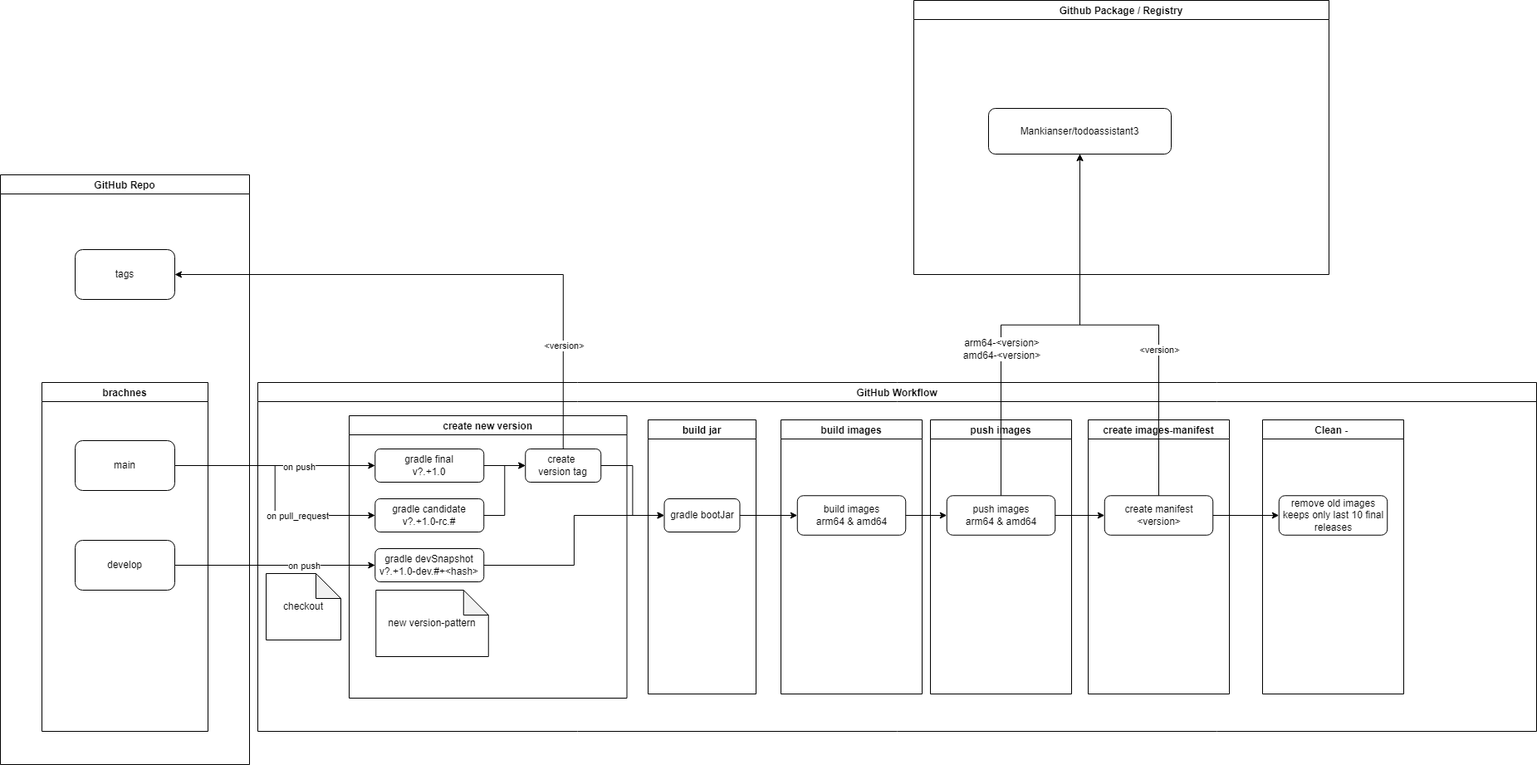
The draw.io diagram documentation/ci/workflow.png in Mankianer/ToDoAssistant3, before a commit. Source tidied: cells renumbered, new cells last; positions are measured from the earlier drawing's top-left corner, leaving out a move shared by most shapes. Source of this version:
```xml
<mxGraphModel>
  <root>
    <mxCell id="0" />
    <mxCell id="1" parent="0" />
    <mxCell id="2" value="GitHub Workflow" style="swimlane;" parent="1" vertex="1">
      <mxGeometry x="310" y="460" width="1540" height="420" as="geometry" />
    </mxCell>
    <mxCell id="3" value="create new version" style="swimlane;" parent="2" vertex="1">
      <mxGeometry x="110" y="40" width="334.5" height="340" as="geometry" />
    </mxCell>
    <mxCell id="4" value="new version-pattern" style="shape=note;whiteSpace=wrap;html=1;backgroundOutline=1;darkOpacity=0.05;" parent="3" vertex="1">
      <mxGeometry x="32.2" y="210" width="135.5" height="80" as="geometry" />
    </mxCell>
    <mxCell id="5" value="gradle&amp;nbsp;devSnapshot&lt;br&gt;v?.+1.0-dev.#+&amp;lt;hash&amp;gt;" style="rounded=1;whiteSpace=wrap;html=1;" parent="3" vertex="1">
      <mxGeometry x="31.2" y="160" width="131" height="40" as="geometry" />
    </mxCell>
    <mxCell id="6" value="gradle&amp;nbsp;candidate&lt;br&gt;v?.+1.0-rc.#" style="rounded=1;whiteSpace=wrap;html=1;" parent="3" vertex="1">
      <mxGeometry x="31.2" y="100" width="131" height="40" as="geometry" />
    </mxCell>
    <mxCell id="7" value="gradle final&lt;br&gt;v?.+1.0" style="rounded=1;whiteSpace=wrap;html=1;" parent="3" vertex="1">
      <mxGeometry x="31.2" y="40" width="131" height="40" as="geometry" />
    </mxCell>
    <mxCell id="8" value="create &lt;br&gt;version tag" style="rounded=1;whiteSpace=wrap;html=1;" parent="3" vertex="1">
      <mxGeometry x="212.2" y="40" width="91" height="40" as="geometry" />
    </mxCell>
    <mxCell id="9" style="edgeStyle=orthogonalEdgeStyle;rounded=0;jettySize=auto;html=1;exitX=1;exitY=0.5;exitDx=0;exitDy=0;entryX=0;entryY=0.5;entryDx=0;entryDy=0;" parent="3" edge="1" source="6" target="8">
      <mxGeometry relative="1" as="geometry" />
    </mxCell>
    <mxCell id="10" style="edgeStyle=orthogonalEdgeStyle;rounded=0;jettySize=auto;html=1;exitX=1;exitY=0.5;exitDx=0;exitDy=0;entryX=0;entryY=0.5;entryDx=0;entryDy=0;" parent="3" edge="1" source="7" target="8">
      <mxGeometry relative="1" as="geometry" />
    </mxCell>
    <mxCell id="11" value="checkout" style="shape=note;whiteSpace=wrap;html=1;backgroundOutline=1;darkOpacity=0.05;" parent="2" vertex="1">
      <mxGeometry x="10" y="230" width="90" height="80" as="geometry" />
    </mxCell>
    <mxCell id="12" value="build jar" style="swimlane;" parent="2" vertex="1">
      <mxGeometry x="470" y="45" width="130" height="330" as="geometry" />
    </mxCell>
    <mxCell id="13" value="gradle bootJar" style="rounded=1;whiteSpace=wrap;html=1;" parent="12" vertex="1">
      <mxGeometry x="19.5" y="95" width="91" height="40" as="geometry" />
    </mxCell>
    <mxCell id="14" style="edgeStyle=orthogonalEdgeStyle;rounded=0;jettySize=auto;html=1;exitX=1;exitY=0.5;exitDx=0;exitDy=0;entryX=0;entryY=0.5;entryDx=0;entryDy=0;" parent="2" edge="1" source="8" target="13">
      <mxGeometry relative="1" as="geometry" />
    </mxCell>
    <mxCell id="15" style="edgeStyle=orthogonalEdgeStyle;rounded=0;jettySize=auto;html=1;exitX=1;exitY=0.5;exitDx=0;exitDy=0;entryX=0;entryY=0.5;entryDx=0;entryDy=0;" parent="2" edge="1" source="5" target="13">
      <mxGeometry relative="1" as="geometry" />
    </mxCell>
    <mxCell id="16" value="build images" style="swimlane;" parent="2" vertex="1">
      <mxGeometry x="630" y="45" width="170" height="330" as="geometry" />
    </mxCell>
    <mxCell id="17" value="build images&lt;br&gt;arm64 &amp;amp; amd64" style="rounded=1;whiteSpace=wrap;html=1;" parent="16" vertex="1">
      <mxGeometry x="19.8" y="91.2" width="130.5" height="47.5" as="geometry" />
    </mxCell>
    <mxCell id="18" style="edgeStyle=orthogonalEdgeStyle;rounded=0;jettySize=auto;html=1;exitX=1;exitY=0.5;exitDx=0;exitDy=0;entryX=0;entryY=0.5;entryDx=0;entryDy=0;" parent="2" edge="1" source="13" target="17">
      <mxGeometry relative="1" as="geometry" />
    </mxCell>
    <mxCell id="19" value="push images" style="swimlane;" parent="2" vertex="1">
      <mxGeometry x="810" y="45" width="170" height="330" as="geometry" />
    </mxCell>
    <mxCell id="20" value="push images&lt;br&gt;arm64 &amp;amp; amd64" style="rounded=1;whiteSpace=wrap;html=1;" parent="19" vertex="1">
      <mxGeometry x="19.8" y="91.2" width="130.5" height="47.5" as="geometry" />
    </mxCell>
    <mxCell id="21" style="edgeStyle=orthogonalEdgeStyle;rounded=0;jettySize=auto;html=1;exitX=1;exitY=0.5;exitDx=0;exitDy=0;entryX=0;entryY=0.5;entryDx=0;entryDy=0;" parent="2" edge="1" source="17" target="20">
      <mxGeometry relative="1" as="geometry" />
    </mxCell>
    <mxCell id="22" value="create images-manifest" style="swimlane;" parent="2" vertex="1">
      <mxGeometry x="1000" y="45" width="170" height="330" as="geometry" />
    </mxCell>
    <mxCell id="23" value="create manifest&lt;br&gt;&amp;lt;version&amp;gt;" style="rounded=1;whiteSpace=wrap;html=1;" parent="22" vertex="1">
      <mxGeometry x="19.8" y="91.2" width="130.5" height="47.5" as="geometry" />
    </mxCell>
    <mxCell id="24" style="edgeStyle=orthogonalEdgeStyle;rounded=0;jettySize=auto;html=1;exitX=1;exitY=0.5;exitDx=0;exitDy=0;entryX=0;entryY=0.5;entryDx=0;entryDy=0;" parent="2" edge="1" source="20" target="23">
      <mxGeometry relative="1" as="geometry" />
    </mxCell>
    <mxCell id="25" value="Clean - " style="swimlane;" parent="2" vertex="1">
      <mxGeometry x="1210" y="45" width="170" height="330" as="geometry" />
    </mxCell>
    <mxCell id="26" value="remove old images&lt;br&gt;keeps only last 10 final releases" style="rounded=1;whiteSpace=wrap;html=1;" parent="25" vertex="1">
      <mxGeometry x="19.8" y="91.2" width="130.5" height="47.5" as="geometry" />
    </mxCell>
    <mxCell id="27" style="edgeStyle=orthogonalEdgeStyle;rounded=0;jettySize=auto;html=1;exitX=1;exitY=0.5;exitDx=0;exitDy=0;entryX=0;entryY=0.5;entryDx=0;entryDy=0;" parent="2" edge="1" source="23" target="26">
      <mxGeometry relative="1" as="geometry" />
    </mxCell>
    <mxCell id="28" style="edgeStyle=orthogonalEdgeStyle;rounded=0;jettySize=auto;html=1;exitX=1;exitY=0.5;exitDx=0;exitDy=0;entryX=0;entryY=0.5;entryDx=0;entryDy=0;" parent="1" edge="1" source="42" target="7">
      <mxGeometry relative="1" as="geometry" />
    </mxCell>
    <mxCell id="29" value="on push" style="edgeLabel;html=1;align=center;verticalAlign=middle;" parent="28" vertex="1">
      <mxGeometry x="0.24" y="-1" relative="1" as="geometry" />
    </mxCell>
    <mxCell id="30" style="edgeStyle=orthogonalEdgeStyle;rounded=0;jettySize=auto;html=1;exitX=1;exitY=0.5;exitDx=0;exitDy=0;entryX=0;entryY=0.5;entryDx=0;entryDy=0;" parent="1" edge="1" source="42" target="6">
      <mxGeometry relative="1" as="geometry" />
    </mxCell>
    <mxCell id="31" value="on pull_request" style="edgeLabel;html=1;align=center;verticalAlign=middle;" parent="30" vertex="1">
      <mxGeometry x="0.28" y="1" relative="1" as="geometry">
        <mxPoint x="14" y="1" as="offset" />
      </mxGeometry>
    </mxCell>
    <mxCell id="32" style="edgeStyle=orthogonalEdgeStyle;rounded=0;jettySize=auto;html=1;exitX=1;exitY=0.5;exitDx=0;exitDy=0;entryX=0;entryY=0.5;entryDx=0;entryDy=0;" parent="1" edge="1" source="43" target="5">
      <mxGeometry relative="1" as="geometry" />
    </mxCell>
    <mxCell id="33" value="on push" style="edgeLabel;html=1;align=center;verticalAlign=middle;" parent="32" vertex="1">
      <mxGeometry x="0.21" relative="1" as="geometry">
        <mxPoint x="9" as="offset" />
      </mxGeometry>
    </mxCell>
    <mxCell id="34" value="Github Package / Registry" style="swimlane;" parent="1" vertex="1">
      <mxGeometry x="1100" width="500" height="330" as="geometry" />
    </mxCell>
    <mxCell id="35" value="Mankianser/todoassistant3" style="rounded=1;whiteSpace=wrap;html=1;" parent="34" vertex="1">
      <mxGeometry x="90" y="130" width="220" height="55" as="geometry" />
    </mxCell>
    <mxCell id="36" style="edgeStyle=orthogonalEdgeStyle;rounded=0;jettySize=auto;html=1;exitX=0.5;exitY=0;exitDx=0;exitDy=0;entryX=0.5;entryY=1;entryDx=0;entryDy=0;" parent="1" edge="1" source="20" target="35">
      <mxGeometry relative="1" as="geometry" />
    </mxCell>
    <mxCell id="37" value="&lt;span style=&quot;font-size: 12px&quot;&gt;arm64-&amp;lt;version&amp;gt;&lt;/span&gt;&lt;br style=&quot;font-size: 12px&quot;&gt;&lt;span style=&quot;font-size: 12px&quot;&gt;amd64-&amp;lt;version&amp;gt;&lt;/span&gt;" style="edgeLabel;html=1;align=center;verticalAlign=middle;" parent="36" vertex="1">
      <mxGeometry x="-0.28" relative="1" as="geometry">
        <mxPoint y="5" as="offset" />
      </mxGeometry>
    </mxCell>
    <mxCell id="38" style="edgeStyle=orthogonalEdgeStyle;rounded=0;jettySize=auto;html=1;exitX=0.5;exitY=0;exitDx=0;exitDy=0;entryX=0.5;entryY=1;entryDx=0;entryDy=0;" parent="1" edge="1" source="23" target="35">
      <mxGeometry relative="1" as="geometry" />
    </mxCell>
    <mxCell id="39" value="&amp;lt;version&amp;gt;" style="edgeLabel;html=1;align=center;verticalAlign=middle;" parent="38" vertex="1">
      <mxGeometry x="-0.52" relative="1" as="geometry">
        <mxPoint y="-55" as="offset" />
      </mxGeometry>
    </mxCell>
    <mxCell id="40" value="GitHub Repo" style="swimlane;" parent="1" vertex="1">
      <mxGeometry y="210" width="300" height="710" as="geometry" />
    </mxCell>
    <mxCell id="41" value="brachnes" style="swimlane;" parent="40" vertex="1">
      <mxGeometry x="50" y="250" width="200" height="420" as="geometry" />
    </mxCell>
    <mxCell id="42" value="main" style="rounded=1;whiteSpace=wrap;html=1;" parent="41" vertex="1">
      <mxGeometry x="40" y="70" width="120" height="60" as="geometry" />
    </mxCell>
    <mxCell id="43" value="develop" style="rounded=1;whiteSpace=wrap;html=1;" parent="41" vertex="1">
      <mxGeometry x="40" y="190" width="120" height="60" as="geometry" />
    </mxCell>
    <mxCell id="44" value="tags" style="rounded=1;whiteSpace=wrap;html=1;" parent="40" vertex="1">
      <mxGeometry x="90" y="90" width="120" height="60" as="geometry" />
    </mxCell>
    <mxCell id="45" style="edgeStyle=orthogonalEdgeStyle;rounded=0;jettySize=auto;html=1;exitX=0.5;exitY=0;exitDx=0;exitDy=0;entryX=1;entryY=0.5;entryDx=0;entryDy=0;" parent="1" edge="1" source="8" target="44">
      <mxGeometry relative="1" as="geometry" />
    </mxCell>
    <mxCell id="46" value="&amp;lt;version&amp;gt;" style="edgeLabel;html=1;align=center;verticalAlign=middle;" parent="45" vertex="1">
      <mxGeometry x="-0.63" y="-1" relative="1" as="geometry" />
    </mxCell>
  </root>
</mxGraphModel>
```
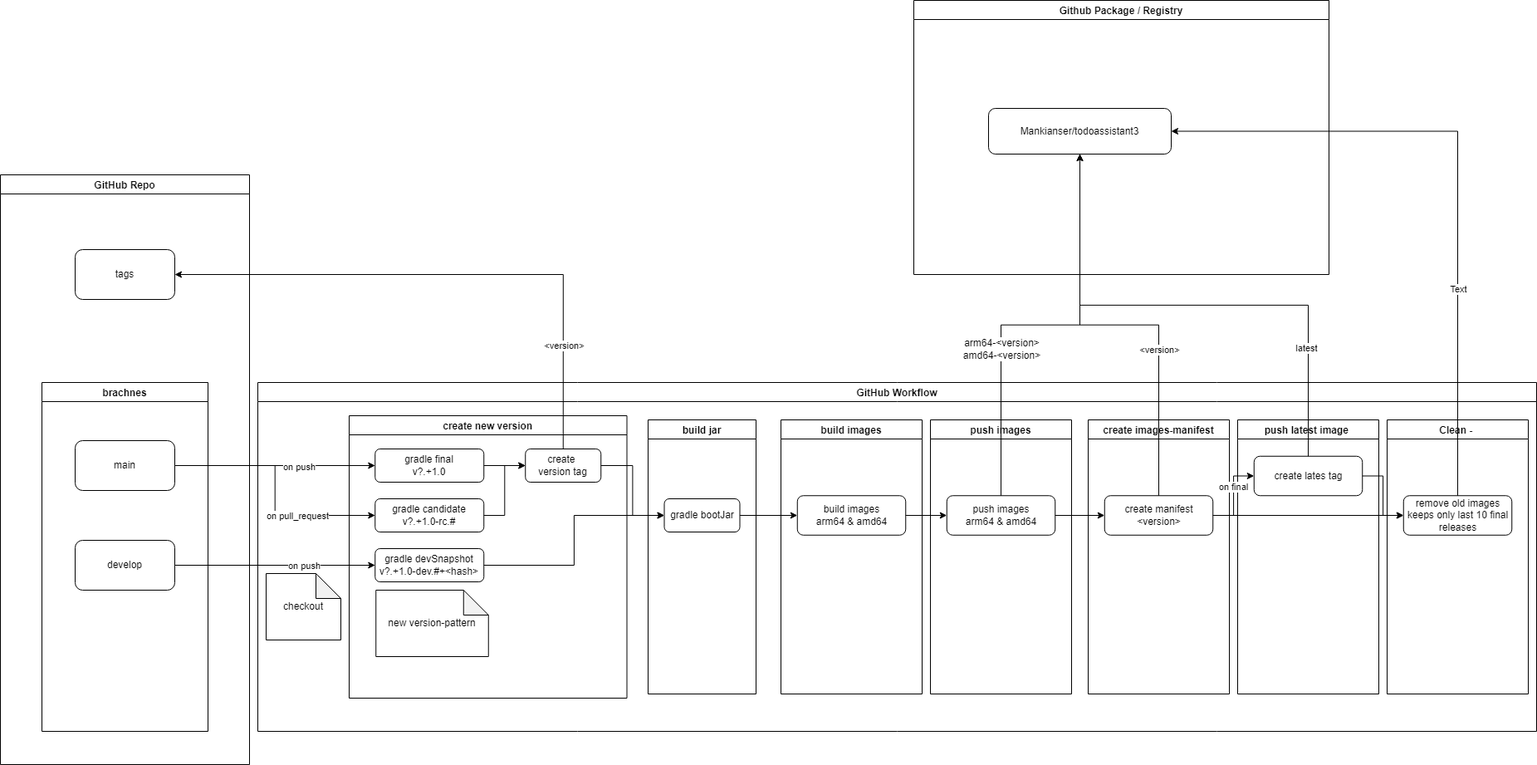
The same diagram one commit later.

What changed in the source:
```diff
@@ -72,7 +72,7 @@
       <mxGeometry relative="1" as="geometry" />
     </mxCell>
     <mxCell id="25" value="Clean - " style="swimlane;" parent="2" vertex="1">
-      <mxGeometry x="1210" y="45" width="170" height="330" as="geometry" />
+      <mxGeometry x="1360" y="45" width="170" height="330" as="geometry" />
     </mxCell>
     <mxCell id="26" value="remove old images&lt;br&gt;keeps only last 10 final releases" style="rounded=1;whiteSpace=wrap;html=1;" parent="25" vertex="1">
       <mxGeometry x="19.8" y="91.2" width="130.5" height="47.5" as="geometry" />
@@ -80,6 +80,21 @@
     <mxCell id="27" style="edgeStyle=orthogonalEdgeStyle;rounded=0;jettySize=auto;html=1;exitX=1;exitY=0.5;exitDx=0;exitDy=0;entryX=0;entryY=0.5;entryDx=0;entryDy=0;" parent="2" edge="1" source="23" target="26">
       <mxGeometry relative="1" as="geometry" />
     </mxCell>
+    <mxCell id="47" value="push latest image " style="swimlane;" parent="2" vertex="1">
+      <mxGeometry x="1180" y="45" width="170" height="330" as="geometry" />
+    </mxCell>
+    <mxCell id="48" value="create lates tag" style="rounded=1;whiteSpace=wrap;html=1;" parent="47" vertex="1">
+      <mxGeometry x="19.8" y="43.8" width="130.5" height="47.5" as="geometry" />
+    </mxCell>
+    <mxCell id="49" style="edgeStyle=orthogonalEdgeStyle;rounded=0;jettySize=auto;html=1;exitX=1;exitY=0.5;exitDx=0;exitDy=0;entryX=0;entryY=0.5;entryDx=0;entryDy=0;" parent="2" edge="1" source="23" target="48">
+      <mxGeometry relative="1" as="geometry" />
+    </mxCell>
+    <mxCell id="50" value="on final" style="edgeLabel;html=1;align=center;verticalAlign=middle;" parent="49" vertex="1">
+      <mxGeometry x="0.21" y="1" relative="1" as="geometry" />
+    </mxCell>
+    <mxCell id="51" style="edgeStyle=orthogonalEdgeStyle;rounded=0;jettySize=auto;html=1;exitX=1;exitY=0.5;exitDx=0;exitDy=0;entryX=0;entryY=0.5;entryDx=0;entryDy=0;" parent="2" edge="1" source="48" target="26">
+      <mxGeometry relative="1" as="geometry" />
+    </mxCell>
     <mxCell id="28" style="edgeStyle=orthogonalEdgeStyle;rounded=0;jettySize=auto;html=1;exitX=1;exitY=0.5;exitDx=0;exitDy=0;entryX=0;entryY=0.5;entryDx=0;entryDy=0;" parent="1" edge="1" source="42" target="7">
       <mxGeometry relative="1" as="geometry" />
     </mxCell>
@@ -145,5 +160,17 @@
     <mxCell id="46" value="&amp;lt;version&amp;gt;" style="edgeLabel;html=1;align=center;verticalAlign=middle;" parent="45" vertex="1">
       <mxGeometry x="-0.63" y="-1" relative="1" as="geometry" />
     </mxCell>
+    <mxCell id="52" style="edgeStyle=orthogonalEdgeStyle;rounded=0;jettySize=auto;html=1;exitX=0.5;exitY=0;exitDx=0;exitDy=0;entryX=0.5;entryY=1;entryDx=0;entryDy=0;" parent="1" edge="1" source="48" target="35">
+      <mxGeometry relative="1" as="geometry" />
+    </mxCell>
+    <mxCell id="53" value="latest" style="edgeLabel;html=1;align=center;verticalAlign=middle;" parent="52" vertex="1">
+      <mxGeometry x="-0.59" y="3" relative="1" as="geometry" />
+    </mxCell>
+    <mxCell id="54" style="edgeStyle=orthogonalEdgeStyle;rounded=0;jettySize=auto;html=1;exitX=0.5;exitY=0;exitDx=0;exitDy=0;entryX=1;entryY=0.5;entryDx=0;entryDy=0;" parent="1" edge="1" source="26" target="35">
+      <mxGeometry relative="1" as="geometry" />
+    </mxCell>
+    <mxCell id="55" value="Text" style="edgeLabel;html=1;align=center;verticalAlign=middle;" parent="54" vertex="1">
+      <mxGeometry x="-0.36" relative="1" as="geometry" />
+    </mxCell>
   </root>
 </mxGraphModel>
```
